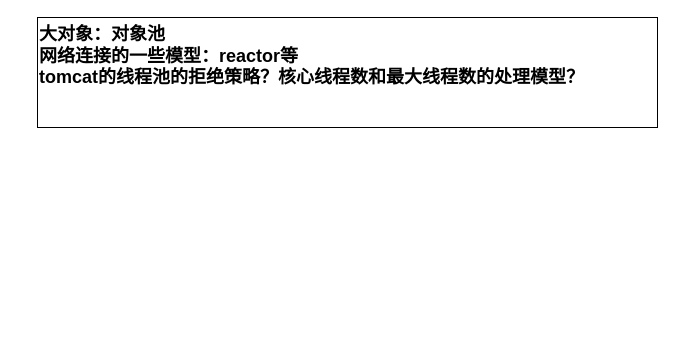
Earlier version of the draw.io diagram JAVA/Tomcat.drawio (KGwolf/MyDraw). Source tidied: cells renumbered, new cells numbered last; positions are measured from the earlier drawing's top-left corner, leaving out a move shared by most shapes. Both pictures are drawn from the tidied source at 100%, with x=0, y=0 at pixel (37, 17).
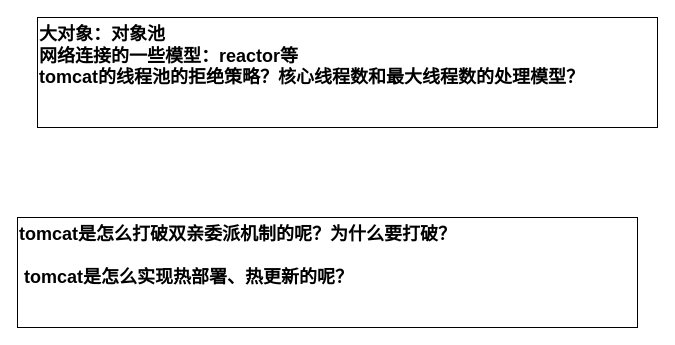
After the change.

Change to the diagram source:
```diff
@@
 <mxGraphModel>
   <root>
     <mxCell id="0" />
     <mxCell id="1" parent="0" />
     <mxCell id="2" value="大对象：对象池&lt;br style=&quot;font-size: 18px;&quot;&gt;网络连接的一些模型：reactor等&lt;br style=&quot;font-size: 18px;&quot;&gt;tomcat的线程池的拒绝策略？核心线程数和最大线程数的处理模型？" style="rounded=0;whiteSpace=wrap;html=1;verticalAlign=top;align=left;fontStyle=1;fontSize=18;" parent="1" vertex="1">
       <mxGeometry width="620" height="110" as="geometry" />
     </mxCell>
+    <mxCell id="3" value="tomcat是怎么打破双亲委派机制的呢？为什么要打破？&lt;br&gt;&lt;br&gt;&amp;nbsp;tomcat是怎么实现热部署、热更新的呢？" style="rounded=0;whiteSpace=wrap;html=1;verticalAlign=top;align=left;fontStyle=1;fontSize=18;" parent="1" vertex="1">
+      <mxGeometry x="-20" y="200" width="620" height="110" as="geometry" />
+    </mxCell>
   </root>
 </mxGraphModel>
```
